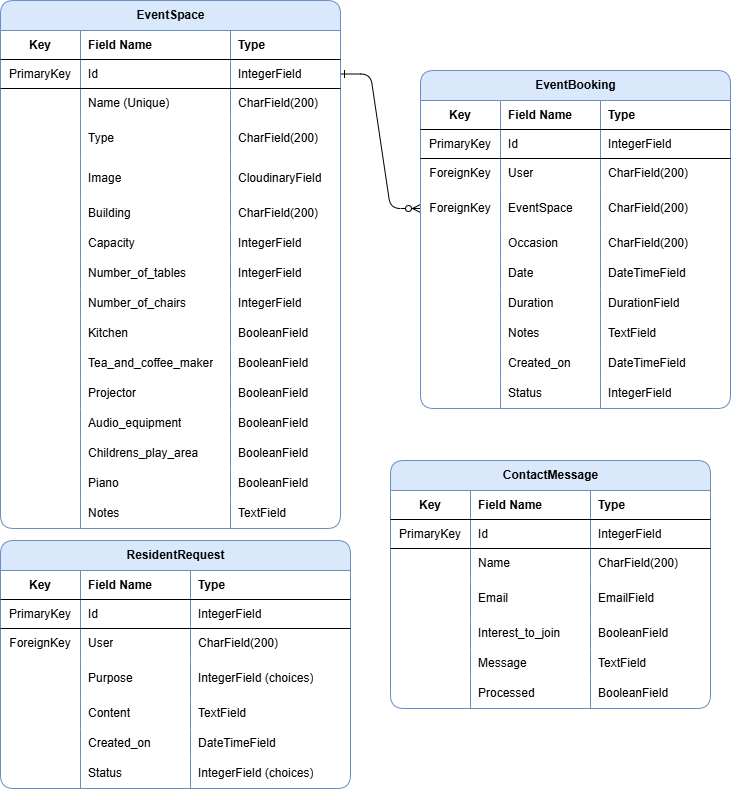
The draw.io diagram documentation/diagrams/models.drawio.png in theresaabl/shared-spaces, before a commit. Source tidied: cells renumbered, new cells last; positions are measured from the earlier drawing's top-left corner, leaving out a move shared by most shapes.
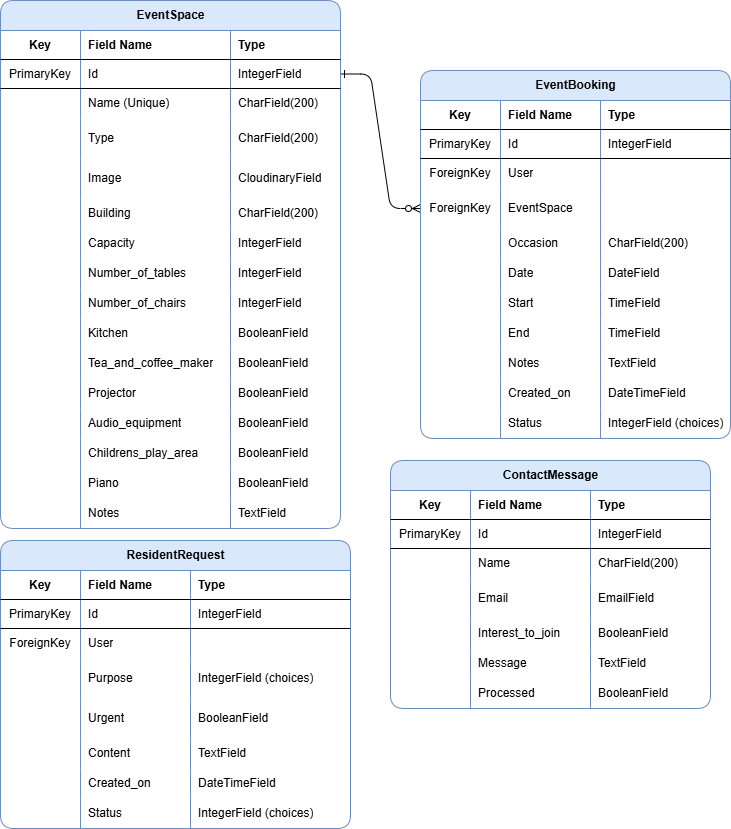
Above is the later version.

Commit message:
Add basic wireframes and minor changes to erd to readme

The edit, as a diff of the source:
```diff
@@ -209,7 +209,7 @@
       <mxGeometry relative="1" as="geometry" />
     </mxCell>
     <mxCell id="69" value="EventBooking" style="shape=table;startSize=30;rowLines=0;fontStyle=1;align=center;html=1;rounded=1;shadow=0;swimlaneLine=1;fillColor=#dae8fc;resizeLastRow=0;arcSize=15;strokeColor=#6c8ebf;" parent="1" vertex="1">
-      <mxGeometry x="420" y="70" width="310" height="338" as="geometry" />
+      <mxGeometry x="420" y="70" width="310" height="368" as="geometry" />
     </mxCell>
     <mxCell id="70" style="shape=tableRow;horizontal=0;startSize=0;swimlaneHead=0;swimlaneBody=0;fillColor=none;top=0;left=0;right=0;bottom=1;strokeColor=default;rounded=0;" parent="69" vertex="1">
       <mxGeometry y="30" width="310" height="29" as="geometry" />
@@ -244,7 +244,7 @@
     <mxCell id="80" value="User" style="shape=partialRectangle;fillColor=none;top=0;left=0;bottom=0;right=0;align=left;spacingLeft=6;overflow=hidden;whiteSpace=wrap;html=1;" parent="78" vertex="1">
       <mxGeometry x="80" width="100" height="30" as="geometry" />
     </mxCell>
-    <mxCell id="81" value="CharField(200)" style="shape=partialRectangle;fillColor=none;top=0;left=0;bottom=0;right=0;align=left;spacingLeft=6;overflow=hidden;whiteSpace=wrap;html=1;" parent="78" vertex="1">
+    <mxCell id="81" style="shape=partialRectangle;fillColor=none;top=0;left=0;bottom=0;right=0;align=left;spacingLeft=6;overflow=hidden;whiteSpace=wrap;html=1;" parent="78" vertex="1">
       <mxGeometry x="180" width="130" height="30" as="geometry" />
     </mxCell>
     <mxCell id="82" style="shape=tableRow;horizontal=0;startSize=0;swimlaneHead=0;swimlaneBody=0;fillColor=none;points=[[0,0.5],[1,0.5]];portConstraint=eastwest;top=0;left=0;right=0;bottom=0;" parent="69" vertex="1">
@@ -256,7 +256,7 @@
     <mxCell id="84" value="EventSpace" style="shape=partialRectangle;fillColor=none;top=0;left=0;bottom=0;right=0;align=left;spacingLeft=6;overflow=hidden;whiteSpace=wrap;html=1;" parent="82" vertex="1">
       <mxGeometry x="80" width="100" height="40" as="geometry" />
     </mxCell>
-    <mxCell id="85" value="CharField(200)" style="shape=partialRectangle;fillColor=none;top=0;left=0;bottom=0;right=0;align=left;spacingLeft=6;overflow=hidden;whiteSpace=wrap;html=1;" parent="82" vertex="1">
+    <mxCell id="85" style="shape=partialRectangle;fillColor=none;top=0;left=0;bottom=0;right=0;align=left;spacingLeft=6;overflow=hidden;whiteSpace=wrap;html=1;" parent="82" vertex="1">
       <mxGeometry x="180" width="130" height="40" as="geometry" />
     </mxCell>
     <mxCell id="86" style="shape=tableRow;horizontal=0;startSize=0;swimlaneHead=0;swimlaneBody=0;fillColor=none;top=0;left=0;right=0;bottom=0;" parent="69" vertex="1">
@@ -280,7 +280,7 @@
     <mxCell id="92" value="Date" style="shape=partialRectangle;fillColor=none;top=0;left=0;bottom=0;right=0;align=left;spacingLeft=6;overflow=hidden;whiteSpace=wrap;html=1;" parent="90" vertex="1">
       <mxGeometry x="80" width="100" height="30" as="geometry" />
     </mxCell>
-    <mxCell id="93" value="DateTimeField" style="shape=partialRectangle;fillColor=none;top=0;left=0;bottom=0;right=0;align=left;spacingLeft=6;overflow=hidden;whiteSpace=wrap;html=1;" parent="90" vertex="1">
+    <mxCell id="93" value="DateField" style="shape=partialRectangle;fillColor=none;top=0;left=0;bottom=0;right=0;align=left;spacingLeft=6;overflow=hidden;whiteSpace=wrap;html=1;" parent="90" vertex="1">
       <mxGeometry x="180" width="130" height="30" as="geometry" />
     </mxCell>
     <mxCell id="94" style="shape=tableRow;horizontal=0;startSize=0;swimlaneHead=0;swimlaneBody=0;fillColor=none;top=0;left=0;right=0;bottom=0;" parent="69" vertex="1">
@@ -289,14 +289,26 @@
     <mxCell id="95" style="shape=partialRectangle;fillColor=none;top=0;left=0;bottom=0;right=0;overflow=hidden;whiteSpace=wrap;html=1;" parent="94" vertex="1">
       <mxGeometry width="80" height="30" as="geometry" />
     </mxCell>
-    <mxCell id="96" value="Duration" style="shape=partialRectangle;fillColor=none;top=0;left=0;bottom=0;right=0;align=left;spacingLeft=6;overflow=hidden;whiteSpace=wrap;html=1;" parent="94" vertex="1">
+    <mxCell id="96" value="Start" style="shape=partialRectangle;fillColor=none;top=0;left=0;bottom=0;right=0;align=left;spacingLeft=6;overflow=hidden;whiteSpace=wrap;html=1;" parent="94" vertex="1">
       <mxGeometry x="80" width="100" height="30" as="geometry" />
     </mxCell>
-    <mxCell id="97" value="DurationField" style="shape=partialRectangle;fillColor=none;top=0;left=0;bottom=0;right=0;align=left;spacingLeft=6;overflow=hidden;whiteSpace=wrap;html=1;" parent="94" vertex="1">
+    <mxCell id="97" value="TimeField" style="shape=partialRectangle;fillColor=none;top=0;left=0;bottom=0;right=0;align=left;spacingLeft=6;overflow=hidden;whiteSpace=wrap;html=1;" parent="94" vertex="1">
       <mxGeometry x="180" width="130" height="30" as="geometry" />
     </mxCell>
+    <mxCell id="168" style="shape=tableRow;horizontal=0;startSize=0;swimlaneHead=0;swimlaneBody=0;fillColor=none;top=0;left=0;right=0;bottom=0;" parent="69" vertex="1">
+      <mxGeometry y="248" width="310" height="30" as="geometry" />
+    </mxCell>
+    <mxCell id="169" style="shape=partialRectangle;fillColor=none;top=0;left=0;bottom=0;right=0;overflow=hidden;whiteSpace=wrap;html=1;" parent="168" vertex="1">
+      <mxGeometry width="80" height="30" as="geometry" />
+    </mxCell>
+    <mxCell id="170" value="End" style="shape=partialRectangle;fillColor=none;top=0;left=0;bottom=0;right=0;align=left;spacingLeft=6;overflow=hidden;whiteSpace=wrap;html=1;" parent="168" vertex="1">
+      <mxGeometry x="80" width="100" height="30" as="geometry" />
+    </mxCell>
+    <mxCell id="171" value="TimeField" style="shape=partialRectangle;fillColor=none;top=0;left=0;bottom=0;right=0;align=left;spacingLeft=6;overflow=hidden;whiteSpace=wrap;html=1;" parent="168" vertex="1">
+      <mxGeometry x="180" width="130" height="30" as="geometry" />
+    </mxCell>
     <mxCell id="98" style="shape=tableRow;horizontal=0;startSize=0;swimlaneHead=0;swimlaneBody=0;fillColor=none;top=0;left=0;right=0;bottom=0;" parent="69" vertex="1">
-      <mxGeometry y="248" width="310" height="30" as="geometry" />
+      <mxGeometry y="278" width="310" height="30" as="geometry" />
     </mxCell>
     <mxCell id="99" style="shape=partialRectangle;fillColor=none;top=0;left=0;bottom=0;right=0;overflow=hidden;whiteSpace=wrap;html=1;" parent="98" vertex="1">
       <mxGeometry width="80" height="30" as="geometry" />
@@ -308,7 +320,7 @@
       <mxGeometry x="180" width="130" height="30" as="geometry" />
     </mxCell>
     <mxCell id="102" style="shape=tableRow;horizontal=0;startSize=0;swimlaneHead=0;swimlaneBody=0;fillColor=none;top=0;left=0;right=0;bottom=0;" parent="69" vertex="1">
-      <mxGeometry y="278" width="310" height="30" as="geometry" />
+      <mxGeometry y="308" width="310" height="30" as="geometry" />
     </mxCell>
     <mxCell id="103" style="shape=partialRectangle;fillColor=none;top=0;left=0;bottom=0;right=0;overflow=hidden;whiteSpace=wrap;html=1;" parent="102" vertex="1">
       <mxGeometry width="80" height="30" as="geometry" />
@@ -320,7 +332,7 @@
       <mxGeometry x="180" width="130" height="30" as="geometry" />
     </mxCell>
     <mxCell id="106" style="shape=tableRow;horizontal=0;startSize=0;swimlaneHead=0;swimlaneBody=0;fillColor=none;top=0;left=0;right=0;bottom=0;" parent="69" vertex="1">
-      <mxGeometry y="308" width="310" height="30" as="geometry" />
+      <mxGeometry y="338" width="310" height="30" as="geometry" />
     </mxCell>
     <mxCell id="107" style="shape=partialRectangle;fillColor=none;top=0;left=0;bottom=0;right=0;overflow=hidden;whiteSpace=wrap;html=1;" parent="106" vertex="1">
       <mxGeometry width="80" height="30" as="geometry" />
@@ -328,11 +340,11 @@
     <mxCell id="108" value="Status" style="shape=partialRectangle;fillColor=none;top=0;left=0;bottom=0;right=0;align=left;spacingLeft=6;overflow=hidden;whiteSpace=wrap;html=1;" parent="106" vertex="1">
       <mxGeometry x="80" width="100" height="30" as="geometry" />
     </mxCell>
-    <mxCell id="109" value="IntegerField" style="shape=partialRectangle;fillColor=none;top=0;left=0;bottom=0;right=0;align=left;spacingLeft=6;overflow=hidden;whiteSpace=wrap;html=1;" parent="106" vertex="1">
+    <mxCell id="109" value="IntegerField (choices)" style="shape=partialRectangle;fillColor=none;top=0;left=0;bottom=0;right=0;align=left;spacingLeft=6;overflow=hidden;whiteSpace=wrap;html=1;" parent="106" vertex="1">
       <mxGeometry x="180" width="130" height="30" as="geometry" />
     </mxCell>
     <mxCell id="110" value="ResidentRequest" style="shape=table;startSize=30;rowLines=0;fontStyle=1;align=center;html=1;rounded=1;shadow=0;swimlaneLine=1;fillColor=#dae8fc;resizeLastRow=0;arcSize=15;strokeColor=#6c8ebf;" parent="1" vertex="1">
-      <mxGeometry y="540" width="350" height="248" as="geometry" />
+      <mxGeometry y="540" width="350" height="288" as="geometry" />
     </mxCell>
     <mxCell id="111" style="shape=tableRow;horizontal=0;startSize=0;swimlaneHead=0;swimlaneBody=0;fillColor=none;top=0;left=0;right=0;bottom=1;strokeColor=default;rounded=0;" parent="110" vertex="1">
       <mxGeometry y="30" width="350" height="29" as="geometry" />
@@ -367,7 +379,7 @@
     <mxCell id="121" value="User" style="shape=partialRectangle;fillColor=none;top=0;left=0;bottom=0;right=0;align=left;spacingLeft=6;overflow=hidden;whiteSpace=wrap;html=1;" parent="119" vertex="1">
       <mxGeometry x="80" width="110" height="30" as="geometry" />
     </mxCell>
-    <mxCell id="122" value="CharField(200)" style="shape=partialRectangle;fillColor=none;top=0;left=0;bottom=0;right=0;align=left;spacingLeft=6;overflow=hidden;whiteSpace=wrap;html=1;" parent="119" vertex="1">
+    <mxCell id="122" style="shape=partialRectangle;fillColor=none;top=0;left=0;bottom=0;right=0;align=left;spacingLeft=6;overflow=hidden;whiteSpace=wrap;html=1;" parent="119" vertex="1">
       <mxGeometry x="190" width="160" height="30" as="geometry" />
     </mxCell>
     <mxCell id="123" style="shape=tableRow;horizontal=0;startSize=0;swimlaneHead=0;swimlaneBody=0;fillColor=none;top=0;left=0;right=0;bottom=0;" parent="110" vertex="1">
@@ -382,8 +394,20 @@
     <mxCell id="126" value="IntegerField (choices)" style="shape=partialRectangle;fillColor=none;top=0;left=0;bottom=0;right=0;align=left;spacingLeft=6;overflow=hidden;whiteSpace=wrap;html=1;" parent="123" vertex="1">
       <mxGeometry x="190" width="160" height="40" as="geometry" />
     </mxCell>
+    <mxCell id="172" style="shape=tableRow;horizontal=0;startSize=0;swimlaneHead=0;swimlaneBody=0;fillColor=none;top=0;left=0;right=0;bottom=0;" parent="110" vertex="1">
+      <mxGeometry y="158" width="350" height="40" as="geometry" />
+    </mxCell>
+    <mxCell id="173" style="shape=partialRectangle;fillColor=none;top=0;left=0;bottom=0;right=0;overflow=hidden;whiteSpace=wrap;html=1;" parent="172" vertex="1">
+      <mxGeometry width="80" height="40" as="geometry" />
+    </mxCell>
+    <mxCell id="174" value="Urgent" style="shape=partialRectangle;fillColor=none;top=0;left=0;bottom=0;right=0;align=left;spacingLeft=6;overflow=hidden;whiteSpace=wrap;html=1;" parent="172" vertex="1">
+      <mxGeometry x="80" width="110" height="40" as="geometry" />
+    </mxCell>
+    <mxCell id="175" value="BooleanField" style="shape=partialRectangle;fillColor=none;top=0;left=0;bottom=0;right=0;align=left;spacingLeft=6;overflow=hidden;whiteSpace=wrap;html=1;" parent="172" vertex="1">
+      <mxGeometry x="190" width="160" height="40" as="geometry" />
+    </mxCell>
     <mxCell id="127" style="shape=tableRow;horizontal=0;startSize=0;swimlaneHead=0;swimlaneBody=0;fillColor=none;top=0;left=0;right=0;bottom=0;" parent="110" vertex="1">
-      <mxGeometry y="158" width="350" height="30" as="geometry" />
+      <mxGeometry y="198" width="350" height="30" as="geometry" />
     </mxCell>
     <mxCell id="128" style="shape=partialRectangle;fillColor=none;top=0;left=0;bottom=0;right=0;overflow=hidden;whiteSpace=wrap;html=1;" parent="127" vertex="1">
       <mxGeometry width="80" height="30" as="geometry" />
@@ -395,7 +419,7 @@
       <mxGeometry x="190" width="160" height="30" as="geometry" />
     </mxCell>
     <mxCell id="131" style="shape=tableRow;horizontal=0;startSize=0;swimlaneHead=0;swimlaneBody=0;fillColor=none;top=0;left=0;right=0;bottom=0;" parent="110" vertex="1">
-      <mxGeometry y="188" width="350" height="30" as="geometry" />
+      <mxGeometry y="228" width="350" height="30" as="geometry" />
     </mxCell>
     <mxCell id="132" style="shape=partialRectangle;fillColor=none;top=0;left=0;bottom=0;right=0;overflow=hidden;whiteSpace=wrap;html=1;" parent="131" vertex="1">
       <mxGeometry width="80" height="30" as="geometry" />
@@ -407,7 +431,7 @@
       <mxGeometry x="190" width="160" height="30" as="geometry" />
     </mxCell>
     <mxCell id="135" style="shape=tableRow;horizontal=0;startSize=0;swimlaneHead=0;swimlaneBody=0;fillColor=none;top=0;left=0;right=0;bottom=0;" parent="110" vertex="1">
-      <mxGeometry y="218" width="350" height="30" as="geometry" />
+      <mxGeometry y="258" width="350" height="30" as="geometry" />
     </mxCell>
     <mxCell id="136" style="shape=partialRectangle;fillColor=none;top=0;left=0;bottom=0;right=0;overflow=hidden;whiteSpace=wrap;html=1;" parent="135" vertex="1">
       <mxGeometry width="80" height="30" as="geometry" />
```
